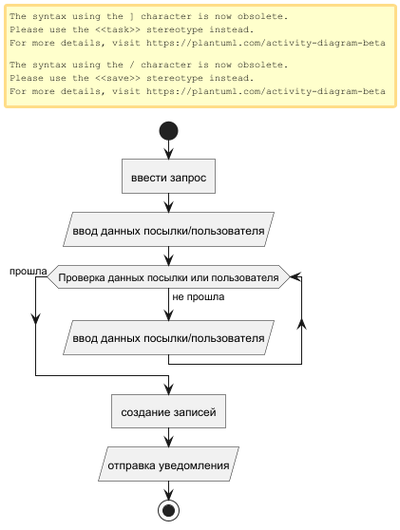
The PlantUML diagram Case/UseCase2.png in TEGI02/Lab3.1, before a commit. The source it was exported from:
```plantuml
@startuml
start
:ввести запрос]
:ввод данных посылки/пользователя/
while (Проверка данных посылки или пользователя) is (не прошла)
:ввод данных посылки/пользователя/
endwhile (прошла)
:создание записей]
:отправка уведомления/
stop
@enduml
```
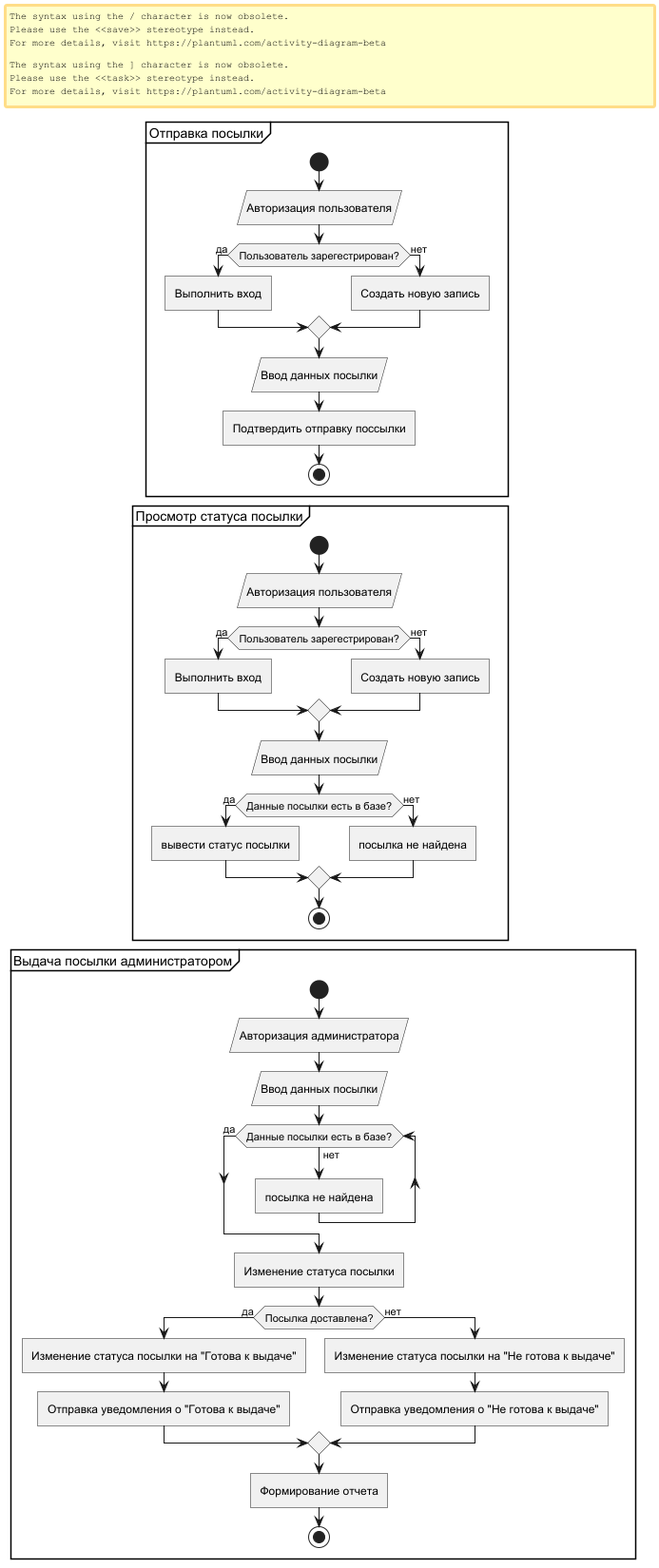
After the change.

Change to the diagram source:
```diff
@@ -1,11 +1,50 @@
 @startuml
-start
-:ввести запрос]
-:ввод данных посылки/пользователя/
-while (Проверка данных посылки или пользователя) is (не прошла)
-:ввод данных посылки/пользователя/
-endwhile (прошла)
-:создание записей]
-:отправка уведомления/
-stop
+partition "Отправка посылки" {
+  start
+  :Авторизация пользователя/
+  if (Пользователь зарегестрирован?) then (да)
+    :Выполнить вход]
+  else (нет)
+    :Создать новую запись]
+  endif
+  :Ввод данных посылки/
+  :Подтвердить отправку поссылки]
+
+  stop
+}
+partition "Просмотр статуса посылки" {
+  start
+  :Авторизация пользователя/
+  if (Пользователь зарегестрирован?) then (да)
+    :Выполнить вход]
+  else (нет)
+    :Создать новую запись]
+  endif
+  :Ввод данных посылки/
+  if (Данные посылки есть в базе?) then (да)
+      :вывести статус посылки]
+    else (нет)
+      :посылка не найдена]
+      endif
+  stop
+}
+
+partition "Выдача посылки администратором" {
+  start
+  :Авторизация администратора/
+  :Ввод данных посылки/
+    while (Данные посылки есть в базе?) is (нет)
+    :посылка не найдена]
+    endwhile (да)
+     :Изменение статуса посылки]
+  if (Посылка доставлена?) then (да)
+    :Изменение статуса посылки на "Готова к выдаче"]
+    :Отправка уведомления о "Готова к выдаче"]
+  else (нет)
+    :Изменение статуса посылки на "Не готова к выдаче"]
+    :Отправка уведомления о "Не готова к выдаче"]
+  endif
+  :Формирование отчета]
+  stop
+}
 @enduml
```
